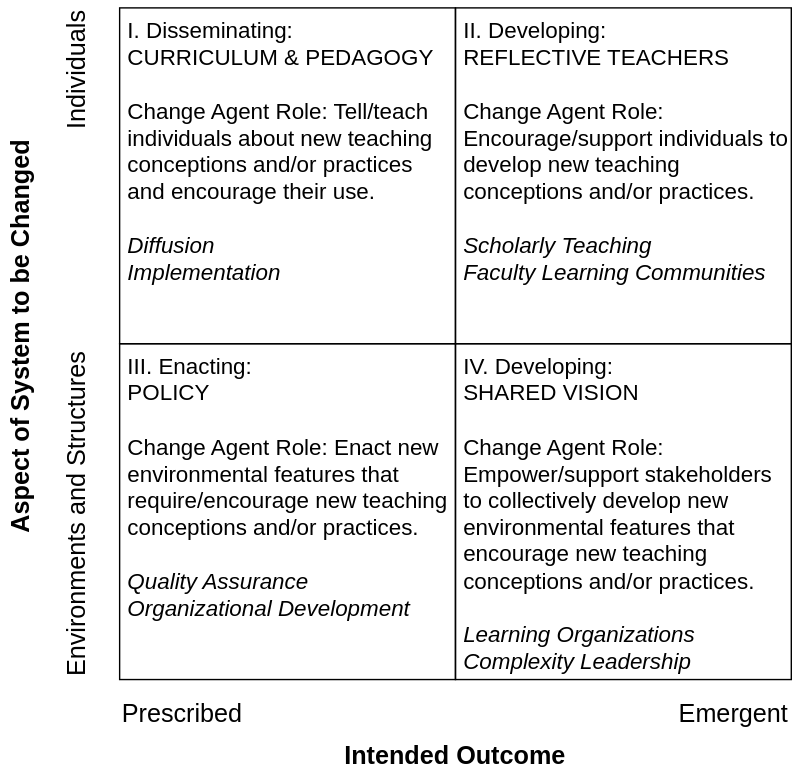
Above: 03_gst/borrego-henderson-change-strategies.svg in gvwilson/codebender (draw.io), before the change. Source tidied: cells renumbered, new cells last; positions are measured from the earlier drawing's top-left corner, leaving out a move shared by most shapes.
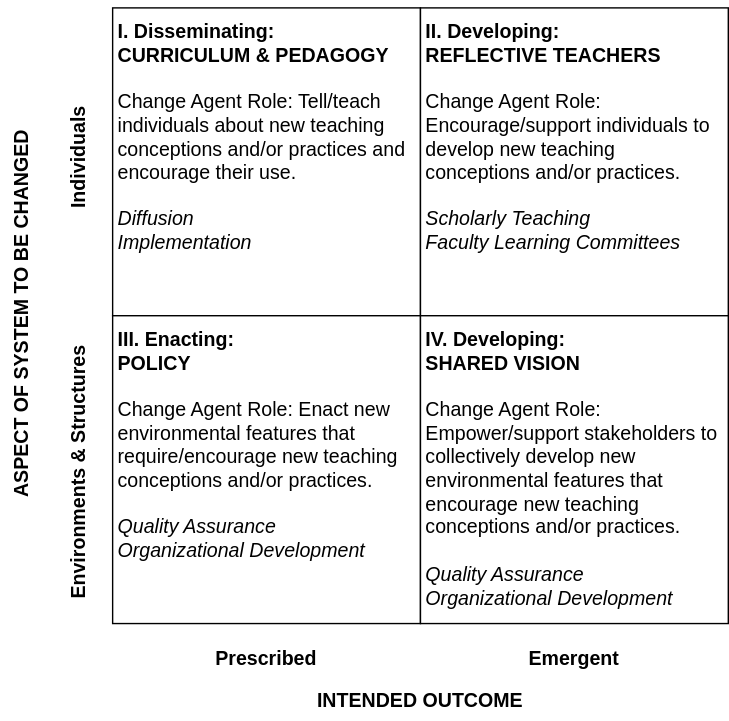
The same file after the commit.

Commit message:
feat: replace Borrego & Henderson table with SVG diagram

What changed in the source:
```diff
@@ -1,36 +1,36 @@
-<mxGraphModel background="#ffffff">
+<mxGraphModel>
   <root>
     <mxCell id="0" />
     <mxCell id="1" parent="0" />
-    <mxCell id="2" value="I. Disseminating:&lt;br&gt;CURRICULUM &amp;amp; PEDAGOGY&lt;br&gt;&lt;br&gt;Change Agent Role: Tell/teach individuals about new teaching conceptions and/or practices and encourage their use.&lt;br&gt;&lt;br&gt;&lt;i&gt;Diffusion&lt;br&gt;Implementation&lt;/i&gt;" style="rounded=0;whiteSpace=wrap;html=1;fillColor=none;verticalAlign=top;align=left;spacingLeft=4;fontSize=16;" parent="1" vertex="1">
-      <mxGeometry x="310" width="240" height="240" as="geometry" />
+    <mxCell id="2" value="&lt;b style=&quot;font-size: 14px;&quot;&gt;I. Disseminating:&lt;/b&gt;&lt;div style=&quot;font-size: 14px;&quot;&gt;&lt;b style=&quot;font-size: 14px;&quot;&gt;CURRICULUM &amp;amp; PEDAGOGY&lt;/b&gt;&lt;/div&gt;&lt;div style=&quot;font-size: 14px;&quot;&gt;&lt;br style=&quot;font-size: 14px;&quot;&gt;&lt;/div&gt;&lt;div style=&quot;font-size: 14px;&quot;&gt;Change Agent Role: Tell/teach individuals about new teaching conceptions and/or practices and encourage their use.&lt;/div&gt;&lt;div style=&quot;font-size: 14px;&quot;&gt;&lt;br style=&quot;font-size: 14px;&quot;&gt;&lt;/div&gt;&lt;div style=&quot;font-size: 14px;&quot;&gt;&lt;i style=&quot;font-size: 14px;&quot;&gt;Diffusion&lt;/i&gt;&lt;/div&gt;&lt;div style=&quot;font-size: 14px;&quot;&gt;&lt;i style=&quot;font-size: 14px;&quot;&gt;Implementation&lt;/i&gt;&lt;/div&gt;" style="rounded=0;whiteSpace=wrap;html=1;align=left;perimeterSpacing=0;spacingTop=2;spacingLeft=2;spacingBottom=2;spacingRight=2;verticalAlign=top;fontSize=14;" parent="1" vertex="1">
+      <mxGeometry x="330" y="20" width="220" height="220" as="geometry" />
     </mxCell>
-    <mxCell id="3" value="II. Developing:&lt;br&gt;REFLECTIVE TEACHERS&lt;br&gt;&lt;br&gt;Change Agent Role:&lt;br&gt;Encourage/support individuals to develop new teaching conceptions and/or practices.&lt;br&gt;&lt;br&gt;&lt;i&gt;Scholarly Teaching&lt;br&gt;Faculty Learning Communities&lt;/i&gt;" style="rounded=0;whiteSpace=wrap;html=1;fillColor=none;verticalAlign=top;align=left;spacingLeft=4;fontSize=16;" parent="1" vertex="1">
-      <mxGeometry x="550" width="240" height="240" as="geometry" />
-    </mxCell>
+    <mxCell id="12" value="&lt;b style=&quot;font-size: 14px;&quot;&gt;II. Developing:&lt;/b&gt;&lt;div style=&quot;font-size: 14px;&quot;&gt;&lt;b style=&quot;font-size: 14px;&quot;&gt;REFLECTIVE TEACHERS&lt;/b&gt;&lt;/div&gt;&lt;div style=&quot;font-size: 14px;&quot;&gt;&lt;b style=&quot;font-size: 14px;&quot;&gt;&lt;br style=&quot;font-size: 14px;&quot;&gt;&lt;/b&gt;&lt;/div&gt;&lt;div style=&quot;font-size: 14px;&quot;&gt;Change Agent Role: Encourage/support individuals to develop new teaching conceptions and/or practices.&lt;/div&gt;&lt;div style=&quot;font-size: 14px;&quot;&gt;&lt;br style=&quot;font-size: 14px;&quot;&gt;&lt;/div&gt;&lt;div style=&quot;font-size: 14px;&quot;&gt;&lt;i style=&quot;font-size: 14px;&quot;&gt;Scholarly Teaching&lt;/i&gt;&lt;/div&gt;&lt;div style=&quot;font-size: 14px;&quot;&gt;&lt;i style=&quot;font-size: 14px;&quot;&gt;Faculty Learning Committees&lt;/i&gt;&lt;/div&gt;" style="rounded=0;whiteSpace=wrap;html=1;align=left;perimeterSpacing=0;spacingTop=2;spacingLeft=2;spacingBottom=2;spacingRight=2;verticalAlign=top;fontSize=14;" parent="1" vertex="1">
+      <mxGeometry x="550" y="20" width="220" height="220" as="geometry" />
+    </mxCell>
-    <mxCell id="4" value="III. Enacting:&lt;br&gt;POLICY&lt;br&gt;&lt;br&gt;Change Agent Role: Enact new environmental features that require/encourage new teaching conceptions and/or practices.&lt;br&gt;&lt;br&gt;&lt;i&gt;Quality Assurance&lt;/i&gt;&lt;br&gt;&lt;i&gt;Organizational Development&lt;/i&gt;" style="rounded=0;whiteSpace=wrap;html=1;fillColor=none;verticalAlign=top;align=left;spacingLeft=4;fontSize=16;" parent="1" vertex="1">
-      <mxGeometry x="310" y="240" width="240" height="240" as="geometry" />
+    <mxCell id="4" value="&lt;b style=&quot;font-size: 14px;&quot;&gt;III. Enacting:&lt;/b&gt;&lt;div style=&quot;font-size: 14px;&quot;&gt;&lt;b style=&quot;font-size: 14px;&quot;&gt;POLICY&lt;/b&gt;&lt;/div&gt;&lt;div style=&quot;font-size: 14px;&quot;&gt;&lt;b style=&quot;font-size: 14px;&quot;&gt;&lt;br style=&quot;font-size: 14px;&quot;&gt;&lt;/b&gt;&lt;/div&gt;&lt;div style=&quot;font-size: 14px;&quot;&gt;Change Agent Role: Enact new environmental features that require/encourage new teaching conceptions and/or practices.&lt;/div&gt;&lt;div style=&quot;font-size: 14px;&quot;&gt;&lt;br style=&quot;font-size: 14px;&quot;&gt;&lt;/div&gt;&lt;div style=&quot;font-size: 14px;&quot;&gt;&lt;i style=&quot;font-size: 14px;&quot;&gt;Quality Assurance&lt;/i&gt;&lt;/div&gt;&lt;div style=&quot;font-size: 14px;&quot;&gt;&lt;i style=&quot;font-size: 14px;&quot;&gt;Organizational Development&lt;/i&gt;&lt;/div&gt;" style="rounded=0;whiteSpace=wrap;html=1;align=left;perimeterSpacing=0;spacingTop=2;spacingLeft=2;spacingBottom=2;spacingRight=2;verticalAlign=top;fontSize=14;" parent="1" vertex="1">
+      <mxGeometry x="330" y="240" width="220" height="220" as="geometry" />
     </mxCell>
-    <mxCell id="5" value="IV. Developing:&lt;br&gt;SHARED VISION&lt;br&gt;&lt;br&gt;Change Agent Role: Empower/support stakeholders to collectively develop new environmental features that encourage new teaching conceptions and/or practices.&lt;br&gt;&lt;br&gt;&lt;i&gt;Learning Organizations&lt;br&gt;Complexity Leadership&lt;/i&gt;" style="rounded=0;whiteSpace=wrap;html=1;fillColor=none;verticalAlign=top;align=left;spacingLeft=4;fontSize=16;" parent="1" vertex="1">
-      <mxGeometry x="550" y="240" width="240" height="240" as="geometry" />
-    </mxCell>
+    <mxCell id="13" value="&lt;div style=&quot;font-size: 14px;&quot;&gt;&lt;b style=&quot;font-size: 14px;&quot;&gt;IV. Developing:&lt;/b&gt;&lt;/div&gt;&lt;div style=&quot;font-size: 14px;&quot;&gt;&lt;b style=&quot;font-size: 14px;&quot;&gt;SHARED VISION&lt;/b&gt;&lt;/div&gt;&lt;div style=&quot;font-size: 14px;&quot;&gt;&lt;b style=&quot;font-size: 14px;&quot;&gt;&lt;br style=&quot;font-size: 14px;&quot;&gt;&lt;/b&gt;&lt;/div&gt;&lt;div style=&quot;font-size: 14px;&quot;&gt;Change Agent Role: Empower/support stakeholders to collectively develop new environmental features that encourage new teaching conceptions and/or practices.&lt;/div&gt;&lt;div style=&quot;font-size: 14px;&quot;&gt;&lt;br style=&quot;font-size: 14px;&quot;&gt;&lt;/div&gt;&lt;div style=&quot;font-size: 14px;&quot;&gt;&lt;i style=&quot;font-size: 14px;&quot;&gt;Quality Assurance&lt;/i&gt;&lt;/div&gt;&lt;div style=&quot;font-size: 14px;&quot;&gt;&lt;i style=&quot;font-size: 14px;&quot;&gt;Organizational Development&lt;/i&gt;&lt;/div&gt;" style="rounded=0;whiteSpace=wrap;html=1;align=left;perimeterSpacing=0;spacingTop=2;spacingLeft=2;spacingBottom=2;spacingRight=2;verticalAlign=top;fontSize=14;" parent="1" vertex="1">
+      <mxGeometry x="550" y="240" width="220" height="220" as="geometry" />
+    </mxCell>
-    <mxCell id="6" value="Prescribed" style="text;html=1;strokeColor=none;fillColor=none;align=left;verticalAlign=middle;whiteSpace=wrap;rounded=0;fontSize=18;" parent="1" vertex="1">
-      <mxGeometry x="310" y="490" width="240" height="30" as="geometry" />
+    <mxCell id="6" value="&lt;b style=&quot;font-size: 14px;&quot;&gt;Prescribed&lt;/b&gt;" style="text;html=1;align=center;verticalAlign=middle;whiteSpace=wrap;rounded=0;fontSize=14;" parent="1" vertex="1">
+      <mxGeometry x="330" y="470" width="220" height="30" as="geometry" />
     </mxCell>
-    <mxCell id="7" value="Emergent" style="text;html=1;strokeColor=none;fillColor=none;align=right;verticalAlign=middle;whiteSpace=wrap;rounded=0;fontSize=18;" parent="1" vertex="1">
-      <mxGeometry x="550" y="490" width="240" height="30" as="geometry" />
+    <mxCell id="7" value="&lt;b style=&quot;font-size: 14px;&quot;&gt;Emergent&lt;/b&gt;" style="text;html=1;align=center;verticalAlign=middle;whiteSpace=wrap;rounded=0;fontSize=14;" parent="1" vertex="1">
+      <mxGeometry x="550" y="470" width="220" height="30" as="geometry" />
     </mxCell>
-    <mxCell id="8" value="Environments and Structures" style="text;html=1;strokeColor=none;fillColor=none;align=left;verticalAlign=middle;whiteSpace=wrap;rounded=0;fontSize=18;rotation=-90;" parent="1" vertex="1">
-      <mxGeometry x="160" y="345" width="240" height="30" as="geometry" />
-    </mxCell>
+    <mxCell id="14" value="&lt;b style=&quot;font-size: 14px;&quot;&gt;Environments &amp;amp; Structures&lt;/b&gt;" style="text;html=1;align=center;verticalAlign=middle;whiteSpace=wrap;rounded=0;rotation=-90;fontSize=14;" parent="1" vertex="1">
+      <mxGeometry x="192.5" y="337.5" width="225" height="30" as="geometry" />
+    </mxCell>
-    <mxCell id="9" value="Individuals" style="text;html=1;strokeColor=none;fillColor=none;align=right;verticalAlign=middle;whiteSpace=wrap;rounded=0;fontSize=18;rotation=-90;" parent="1" vertex="1">
-      <mxGeometry x="160" y="105" width="240" height="30" as="geometry" />
+    <mxCell id="9" value="&lt;b style=&quot;font-size: 14px;&quot;&gt;Individuals&lt;/b&gt;" style="text;html=1;align=center;verticalAlign=middle;whiteSpace=wrap;rounded=0;rotation=-90;fontSize=14;" parent="1" vertex="1">
+      <mxGeometry x="192.5" y="112.5" width="225" height="30" as="geometry" />
     </mxCell>
-    <mxCell id="10" value="&lt;b&gt;Intended Outcome&lt;/b&gt;" style="text;html=1;strokeColor=none;fillColor=none;align=center;verticalAlign=middle;whiteSpace=wrap;rounded=0;fontSize=18;" parent="1" vertex="1">
-      <mxGeometry x="310" y="520" width="480" height="30" as="geometry" />
-    </mxCell>
-    <mxCell id="11" value="&lt;b&gt;Aspect of System to be Changed&lt;/b&gt;" style="text;html=1;strokeColor=none;fillColor=none;align=center;verticalAlign=middle;whiteSpace=wrap;rounded=0;fontSize=18;rotation=-90;" parent="1" vertex="1">
-      <mxGeometry y="220" width="480" height="30" as="geometry" />
-    </mxCell>
+    <mxCell id="15" value="&lt;b style=&quot;font-size: 14px;&quot;&gt;INTENDED OUTCOME&lt;/b&gt;" style="text;html=1;align=center;verticalAlign=middle;whiteSpace=wrap;rounded=0;fontSize=14;" parent="1" vertex="1">
+      <mxGeometry x="330" y="500" width="440" height="30" as="geometry" />
+    </mxCell>
+    <mxCell id="16" value="&lt;b style=&quot;font-size: 14px;&quot;&gt;ASPECT OF SYSTEM TO BE CHANGED&lt;/b&gt;" style="text;html=1;align=center;verticalAlign=middle;whiteSpace=wrap;rounded=0;rotation=-90;fontSize=14;" parent="1" vertex="1">
+      <mxGeometry x="41.2" y="223.8" width="447.5" height="30" as="geometry" />
+    </mxCell>
   </root>
 </mxGraphModel>
```
